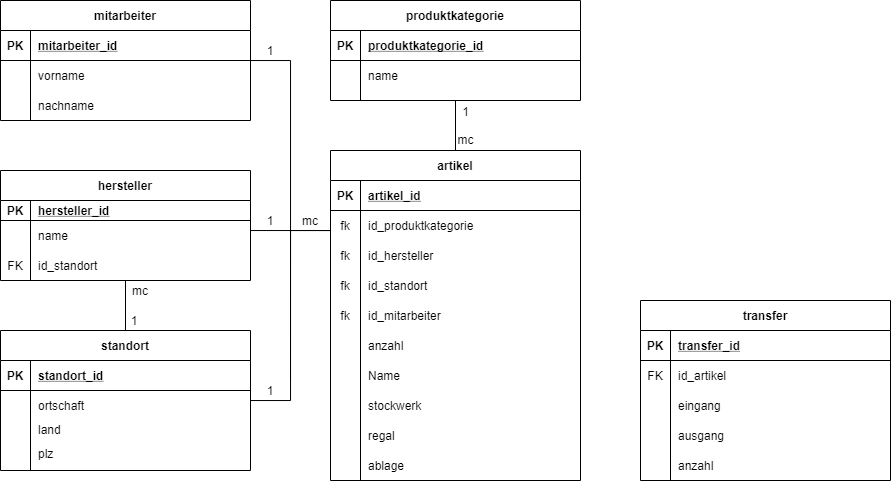
leZayn/M153-LB2 keeps this draw.io diagram as Diagramme/physisches-M153-LB03.png. Above is the earlier version. Source tidied: cells renumbered, new cells last; positions are measured from the earlier drawing's top-left corner, leaving out a move shared by most shapes.
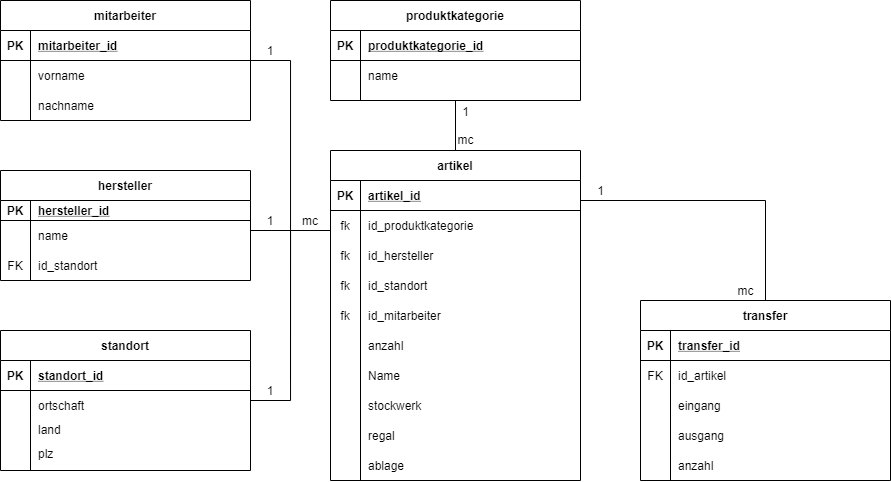
The same diagram one commit later.

What changed in the source:
```diff
@@ -164,9 +164,6 @@
     <mxCell id="50" value="id_produktkategorie" style="shape=partialRectangle;overflow=hidden;fillColor=none;top=0;left=0;bottom=0;right=0;align=left;spacingLeft=6;" parent="48" vertex="1">
       <mxGeometry x="30" width="220" height="30" as="geometry" />
     </mxCell>
-    <mxCell id="51" style="edgeStyle=orthogonalEdgeStyle;rounded=0;jettySize=auto;html=1;endArrow=none;endFill=0;" parent="1" edge="1" source="52" target="25">
-      <mxGeometry relative="1" as="geometry" />
-    </mxCell>
     <mxCell id="52" value="hersteller" style="shape=table;startSize=30;rowLines=0;fontStyle=1;align=center;" parent="1" vertex="1">
       <mxGeometry y="170" width="250" height="110" as="geometry" />
     </mxCell>
@@ -245,11 +242,18 @@
     <mxCell id="77" value="1" style="text;html=1;strokeColor=none;fillColor=none;align=center;verticalAlign=middle;whiteSpace=wrap;rounded=0;" parent="1" vertex="1">
       <mxGeometry x="250" y="380" width="40" height="20" as="geometry" />
     </mxCell>
+    <mxCell id="80" style="edgeStyle=orthogonalEdgeStyle;rounded=0;jettySize=auto;html=1;startArrow=none;startFill=0;endArrow=none;endFill=0;" parent="1" edge="1" source="11" target="44">
+      <mxGeometry relative="1" as="geometry">
+        <Array as="points">
+          <mxPoint x="765" y="200" />
+        </Array>
+      </mxGeometry>
+    </mxCell>
+    <mxCell id="79" value="mc" style="text;html=1;align=center;verticalAlign=middle;" parent="1" vertex="1">
+      <mxGeometry x="730" y="280" width="30" height="20" as="geometry" />
+    </mxCell>
-    <mxCell id="78" value="1" style="text;html=1;strokeColor=none;fillColor=none;align=center;verticalAlign=middle;whiteSpace=wrap;rounded=0;" parent="1" vertex="1">
-      <mxGeometry x="114" y="310" width="40" height="20" as="geometry" />
+    <mxCell id="78" value="1" style="text;html=1;align=center;verticalAlign=middle;" parent="1" vertex="1">
+      <mxGeometry x="590" y="180" width="20" height="20" as="geometry" />
     </mxCell>
-    <mxCell id="79" value="mc" style="text;html=1;strokeColor=none;fillColor=none;align=center;verticalAlign=middle;whiteSpace=wrap;rounded=0;" parent="1" vertex="1">
-      <mxGeometry x="120" y="280" width="40" height="20" as="geometry" />
-    </mxCell>
   </root>
 </mxGraphModel>
```
